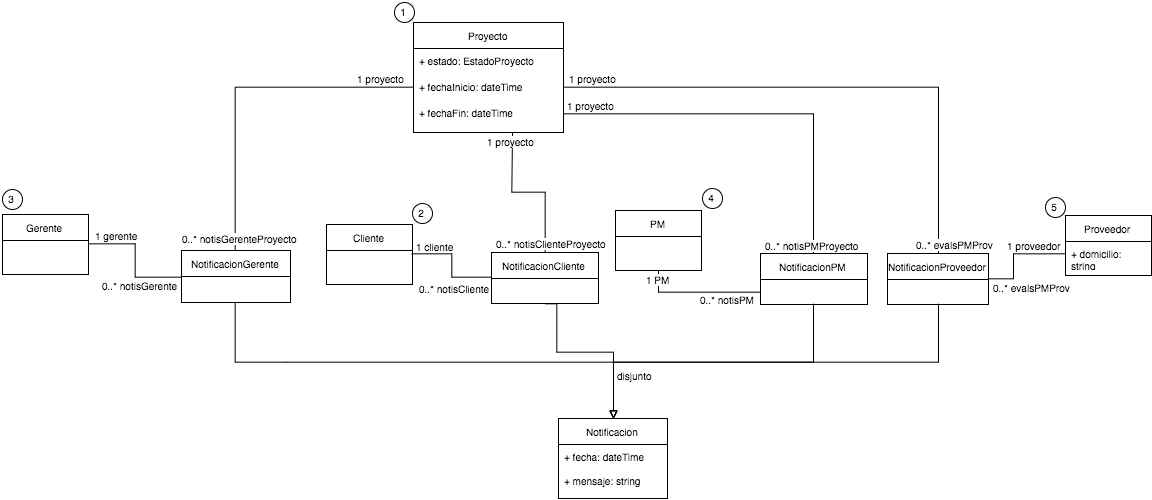
Before: latex/imagenes/ModeloConceptual3.png, a diagram exported from draw.io (FlyingPumba/tp2-inge1). Source tidied: cells renumbered, new cells last; positions are measured from the earlier drawing's top-left corner, leaving out a move shared by most shapes.
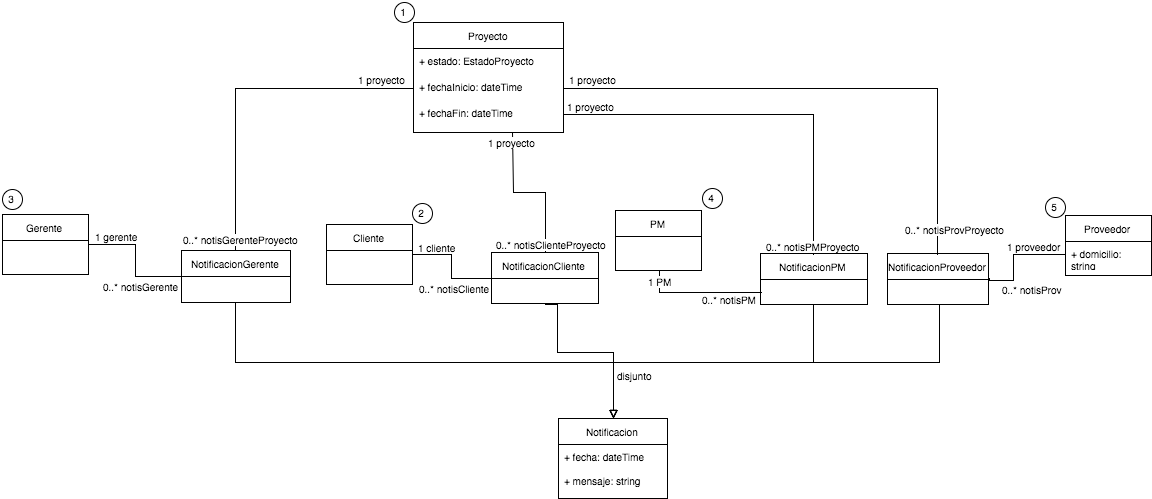
After the change.

Commit message:
Conceptual - WIP Vistas

Diff of the diagram source:
```diff
@@ -27,7 +27,7 @@
       <mxGeometry x="885" y="251" width="101" height="51" as="geometry" />
     </mxCell>
     <mxCell id="10" style="edgeStyle=orthogonalEdgeStyle;rounded=0;html=1;exitX=0.5;exitY=1;entryX=0.5;entryY=0;endArrow=block;endFill=0;jettySize=auto;fontSize=10;" parent="1" edge="1" source="2" target="4">
-      <mxGeometry x="2581.7" y="559.7" as="geometry">
+      <mxGeometry x="2582" y="560" as="geometry">
         <Array as="points">
           <mxPoint x="284" y="359" />
           <mxPoint x="568" y="359" />
@@ -35,7 +35,7 @@
       </mxGeometry>
     </mxCell>
     <mxCell id="11" style="edgeStyle=orthogonalEdgeStyle;rounded=0;html=1;exitX=0.5;exitY=1;entryX=0.5;entryY=0;endArrow=block;endFill=0;jettySize=auto;fontSize=10;" parent="1" edge="1" source="3" target="4">
-      <mxGeometry x="2891.7" y="561.3" as="geometry">
+      <mxGeometry x="2892" y="562" as="geometry">
         <Array as="points">
           <mxPoint x="554" y="350" />
           <mxPoint x="611" y="350" />
@@ -43,7 +43,7 @@
       </mxGeometry>
     </mxCell>
     <mxCell id="12" style="edgeStyle=orthogonalEdgeStyle;rounded=0;html=1;exitX=0.5;exitY=1;entryX=0.5;entryY=0;endArrow=block;endFill=0;jettySize=auto;fontSize=10;" parent="1" edge="1" source="9" target="4">
-      <mxGeometry x="2960" y="561.3" as="geometry">
+      <mxGeometry x="2960" y="562" as="geometry">
         <Array as="points">
           <mxPoint x="936" y="359" />
           <mxPoint x="611" y="359" />
@@ -56,7 +56,7 @@
       </mxGeometry>
     </mxCell>
     <mxCell id="14" value="disjunto" style="text;html=1;align=center;verticalAlign=middle;labelBackgroundColor=#ffffff;fontSize=10;" parent="1" vertex="1">
-      <mxGeometry x="631" y="371.7" as="geometry">
+      <mxGeometry x="631" y="372" as="geometry">
         <mxPoint x="22" y="-18" as="offset" />
       </mxGeometry>
     </mxCell>
@@ -100,7 +100,7 @@
       <mxGeometry x="1063" y="239" width="86" height="26" as="geometry" />
     </mxCell>
     <mxCell id="28" style="edgeStyle=orthogonalEdgeStyle;rounded=0;html=1;exitX=0.5;exitY=0;entryX=0;entryY=0.5;endArrow=none;endFill=0;jettySize=auto;fontSize=10;" parent="1" edge="1" source="2" target="20">
-      <mxGeometry x="2581.7" y="344.7" as="geometry" />
+      <mxGeometry x="2582" y="346" as="geometry" />
     </mxCell>
     <mxCell id="29" value="1 proyecto" style="text;html=1;align=center;verticalAlign=middle;labelBackgroundColor=#ffffff;fontSize=10;" parent="28" vertex="1">
       <mxGeometry x="0.72" y="-3" relative="1" as="geometry">
@@ -113,17 +113,17 @@
       </mxGeometry>
     </mxCell>
     <mxCell id="31" value="1 proyecto" style="text;html=1;align=center;verticalAlign=middle;labelBackgroundColor=#ffffff;fontSize=10;" parent="1" vertex="1">
-      <mxGeometry x="377.7" y="74.7" as="geometry">
+      <mxGeometry x="378" y="76" as="geometry">
         <mxPoint x="15" y="-13" as="offset" />
       </mxGeometry>
     </mxCell>
     <mxCell id="32" value="0..* notisGerenteProyecto" style="text;html=1;align=center;verticalAlign=middle;labelBackgroundColor=#ffffff;fontSize=10;" parent="1" vertex="1">
-      <mxGeometry x="236.7" y="235.3" as="geometry">
+      <mxGeometry x="237" y="236" as="geometry">
         <mxPoint x="1" y="14" as="offset" />
       </mxGeometry>
     </mxCell>
     <mxCell id="33" style="edgeStyle=orthogonalEdgeStyle;rounded=0;html=1;exitX=0.5;exitY=0;entryX=0.5;entryY=1;endArrow=none;endFill=0;jettySize=auto;fontSize=10;" parent="1" edge="1" source="3">
-      <mxGeometry x="2858.3" y="390" as="geometry">
+      <mxGeometry x="2859" y="390" as="geometry">
         <mxPoint x="510" y="130" as="targetPoint" />
       </mxGeometry>
     </mxCell>
@@ -138,40 +138,40 @@
       </mxGeometry>
     </mxCell>
     <mxCell id="36" value="1 proyecto" style="text;html=1;align=center;verticalAlign=middle;labelBackgroundColor=#ffffff;fontSize=10;" parent="1" vertex="1">
-      <mxGeometry x="507.9" y="138.3" as="geometry">
+      <mxGeometry x="508.2" y="139" as="geometry">
         <mxPoint y="-3" as="offset" />
       </mxGeometry>
     </mxCell>
     <mxCell id="37" value="0..* notisClienteProyecto" style="text;html=1;align=center;verticalAlign=middle;labelBackgroundColor=#ffffff;fontSize=10;" parent="1" vertex="1">
-      <mxGeometry x="547.7" y="240" as="geometry">
+      <mxGeometry x="548" y="241" as="geometry">
         <mxPoint y="-3" as="offset" />
       </mxGeometry>
     </mxCell>
     <mxCell id="38" style="edgeStyle=orthogonalEdgeStyle;rounded=0;html=1;exitX=0.5;exitY=0;entryX=1;entryY=0.5;endArrow=none;endFill=0;jettySize=auto;fontSize=10;" parent="1" edge="1" source="9" target="20">
-      <mxGeometry x="2910" y="344.7" as="geometry" />
+      <mxGeometry x="2910" y="346" as="geometry" />
     </mxCell>
     <mxCell id="39" value="1 proyecto" style="text;html=1;align=center;verticalAlign=middle;labelBackgroundColor=#ffffff;fontSize=10;" parent="38" vertex="1">
       <mxGeometry x="0.94" y="3" relative="1" as="geometry">
         <mxPoint x="12" y="-13" as="offset" />
       </mxGeometry>
     </mxCell>
-    <mxCell id="40" value="&lt;span&gt;0..* evalsPMProv&lt;/span&gt;" style="text;html=1;align=center;verticalAlign=middle;labelBackgroundColor=#ffffff;fontSize=10;" parent="38" vertex="1">
+    <mxCell id="40" value="&lt;span&gt;0..* notisProvProyecto&lt;/span&gt;" style="text;html=1;align=center;verticalAlign=middle;labelBackgroundColor=#ffffff;fontSize=10;" parent="38" vertex="1">
       <mxGeometry x="-0.93" y="-3" relative="1" as="geometry">
-        <mxPoint x="13" y="10" as="offset" />
+        <mxPoint x="13" y="-6" as="offset" />
       </mxGeometry>
     </mxCell>
     <mxCell id="41" value="1 proyecto" style="text;html=1;align=center;verticalAlign=middle;labelBackgroundColor=#ffffff;fontSize=10;" parent="1" vertex="1">
-      <mxGeometry x="589.7" y="74.7" as="geometry">
+      <mxGeometry x="589" y="76" as="geometry">
         <mxPoint x="12" y="-13" as="offset" />
       </mxGeometry>
     </mxCell>
-    <mxCell id="42" value="&lt;span&gt;0..* evalsPMProv&lt;/span&gt;" style="text;html=1;align=center;verticalAlign=middle;labelBackgroundColor=#ffffff;fontSize=10;" parent="1" vertex="1">
-      <mxGeometry x="952" y="241.3" as="geometry">
-        <mxPoint x="13" y="10" as="offset" />
+    <mxCell id="42" value="&lt;span&gt;0..* notisProvProyecto&lt;/span&gt;" style="text;html=1;align=center;verticalAlign=middle;labelBackgroundColor=#ffffff;fontSize=10;" parent="1" vertex="1">
+      <mxGeometry x="951" y="226" as="geometry">
+        <mxPoint x="13" y="-6" as="offset" />
       </mxGeometry>
     </mxCell>
     <mxCell id="43" style="edgeStyle=orthogonalEdgeStyle;rounded=0;html=1;exitX=1;exitY=0.5;entryX=0;entryY=0.5;endArrow=none;endFill=0;jettySize=auto;fontSize=10;" parent="1" edge="1" source="22" target="2">
-      <mxGeometry x="2435" y="501.3" as="geometry" />
+      <mxGeometry x="2436" y="502" as="geometry" />
     </mxCell>
     <mxCell id="44" value="1 gerente" style="text;html=1;align=center;verticalAlign=middle;labelBackgroundColor=#ffffff;fontSize=10;" parent="43" vertex="1">
       <mxGeometry x="-0.77" y="1" relative="1" as="geometry">
@@ -184,17 +184,17 @@
       </mxGeometry>
     </mxCell>
     <mxCell id="46" value="1 gerente" style="text;html=1;align=center;verticalAlign=middle;labelBackgroundColor=#ffffff;fontSize=10;" parent="1" vertex="1">
-      <mxGeometry x="113" y="232.3" as="geometry">
+      <mxGeometry x="113" y="233" as="geometry">
         <mxPoint x="12" y="-8" as="offset" />
       </mxGeometry>
     </mxCell>
     <mxCell id="47" value="0..* notisGerente" style="text;html=1;align=center;verticalAlign=middle;labelBackgroundColor=#ffffff;fontSize=10;" parent="1" vertex="1">
-      <mxGeometry x="136.7" y="282.3" as="geometry">
+      <mxGeometry x="137" y="283" as="geometry">
         <mxPoint x="7" y="21" as="offset" />
       </mxGeometry>
     </mxCell>
     <mxCell id="48" style="edgeStyle=orthogonalEdgeStyle;rounded=0;html=1;exitX=1;exitY=0.5;entryX=0;entryY=0.5;endArrow=none;endFill=0;jettySize=auto;fontSize=10;" parent="1" edge="1" source="9" target="27">
-      <mxGeometry x="3335" y="511.3" as="geometry">
+      <mxGeometry x="3336" y="512" as="geometry">
         <Array as="points">
           <mxPoint x="1011" y="277" />
           <mxPoint x="1011" y="252" />
@@ -206,23 +206,23 @@
         <mxPoint x="3" y="-8" as="offset" />
       </mxGeometry>
     </mxCell>
-    <mxCell id="50" value="0..* evalsPMProv" style="text;html=1;align=center;verticalAlign=middle;labelBackgroundColor=#ffffff;fontSize=10;" parent="48" vertex="1">
+    <mxCell id="50" value="0..* notisProv" style="text;html=1;align=center;verticalAlign=middle;labelBackgroundColor=#ffffff;fontSize=10;" parent="48" vertex="1">
       <mxGeometry x="-0.78" relative="1" as="geometry">
         <mxPoint x="31" y="8" as="offset" />
       </mxGeometry>
     </mxCell>
     <mxCell id="51" value="1 proveedor" style="text;html=1;align=center;verticalAlign=middle;labelBackgroundColor=#ffffff;fontSize=10;" parent="1" vertex="1">
-      <mxGeometry x="1030.7" y="242.3" as="geometry">
+      <mxGeometry x="1030" y="243" as="geometry">
         <mxPoint x="3" y="-8" as="offset" />
       </mxGeometry>
     </mxCell>
-    <mxCell id="52" value="0..* evalsPMProv" style="text;html=1;align=center;verticalAlign=middle;labelBackgroundColor=#ffffff;fontSize=10;" parent="1" vertex="1">
-      <mxGeometry x="1028.7" y="284.3" as="geometry">
+    <mxCell id="52" value="0..* notisProv" style="text;html=1;align=center;verticalAlign=middle;labelBackgroundColor=#ffffff;fontSize=10;" parent="1" vertex="1">
+      <mxGeometry x="1028" y="286" as="geometry">
         <mxPoint x="31" y="8" as="offset" />
       </mxGeometry>
     </mxCell>
     <mxCell id="53" style="edgeStyle=orthogonalEdgeStyle;rounded=0;html=1;exitX=1;exitY=0.5;entryX=0;entryY=0.5;endArrow=none;endFill=0;jettySize=auto;fontSize=10;" parent="1" edge="1" source="23" target="3">
-      <mxGeometry x="2758.3" y="511.3" as="geometry" />
+      <mxGeometry x="2760" y="512" as="geometry" />
     </mxCell>
     <mxCell id="54" value="1 cliente" style="text;html=1;align=center;verticalAlign=middle;labelBackgroundColor=#ffffff;fontSize=10;" parent="53" vertex="1">
       <mxGeometry x="-0.81" y="-5" relative="1" as="geometry">
@@ -235,12 +235,12 @@
       </mxGeometry>
     </mxCell>
     <mxCell id="56" value="1 cliente" style="text;html=1;align=center;verticalAlign=middle;labelBackgroundColor=#ffffff;fontSize=10;" parent="1" vertex="1">
-      <mxGeometry x="431.3" y="243.3" as="geometry">
+      <mxGeometry x="433" y="244" as="geometry">
         <mxPoint x="12" y="-13" as="offset" />
       </mxGeometry>
     </mxCell>
     <mxCell id="57" value="0..* notisCliente" style="text;html=1;align=center;verticalAlign=middle;labelBackgroundColor=#ffffff;fontSize=10;" parent="1" vertex="1">
-      <mxGeometry x="451.3" y="284.7" as="geometry">
+      <mxGeometry x="451" y="285" as="geometry">
         <mxPoint x="2" y="15" as="offset" />
       </mxGeometry>
     </mxCell>
@@ -263,10 +263,10 @@
       <mxGeometry x="758" y="251" width="107" height="51" as="geometry" />
     </mxCell>
     <mxCell id="64" style="edgeStyle=orthogonalEdgeStyle;rounded=0;html=1;exitX=0.5;exitY=1;entryX=0.5;entryY=0;endArrow=block;endFill=0;jettySize=auto;fontSize=10;" parent="1" edge="1" source="63" target="4">
-      <mxGeometry x="2960" y="561.3" as="geometry" />
+      <mxGeometry x="2960" y="562" as="geometry" />
     </mxCell>
     <mxCell id="65" style="edgeStyle=orthogonalEdgeStyle;rounded=0;html=1;exitX=0;exitY=0.75;entryX=0.5;entryY=1;endArrow=none;endFill=0;jettySize=auto;fontSize=10;" parent="1" edge="1" source="63" target="24">
-      <mxGeometry x="3005" y="528" as="geometry" />
+      <mxGeometry x="3006" y="528" as="geometry" />
     </mxCell>
     <mxCell id="66" value="1 PM" style="text;html=1;align=center;verticalAlign=middle;labelBackgroundColor=#ffffff;fontSize=10;" parent="65" vertex="1">
       <mxGeometry x="0.85" y="1" relative="1" as="geometry" />
@@ -277,15 +277,15 @@
       </mxGeometry>
     </mxCell>
     <mxCell id="68" value="1 PM" style="text;html=1;align=center;verticalAlign=middle;labelBackgroundColor=#ffffff;fontSize=10;" parent="1" vertex="1">
-      <mxGeometry x="655" y="276.3" as="geometry" />
+      <mxGeometry x="656" y="278" as="geometry" />
     </mxCell>
     <mxCell id="69" value="0..* notisPM" style="text;html=1;align=center;verticalAlign=middle;labelBackgroundColor=#ffffff;fontSize=10;" parent="1" vertex="1">
-      <mxGeometry x="724.3" y="295.7" as="geometry">
+      <mxGeometry x="726" y="296" as="geometry">
         <mxPoint x="15" as="offset" />
       </mxGeometry>
     </mxCell>
     <mxCell id="70" style="edgeStyle=orthogonalEdgeStyle;rounded=0;html=1;exitX=0.5;exitY=0;entryX=1;entryY=0.5;endArrow=none;endFill=0;jettySize=auto;fontSize=10;" parent="1" edge="1" source="63" target="21">
-      <mxGeometry x="2910" y="371.3" as="geometry" />
+      <mxGeometry x="2910" y="372" as="geometry" />
     </mxCell>
     <mxCell id="71" value="1 proyecto" style="text;html=1;align=center;verticalAlign=middle;labelBackgroundColor=#ffffff;fontSize=10;" parent="70" vertex="1">
       <mxGeometry x="0.95" y="2" relative="1" as="geometry">
@@ -298,12 +298,12 @@
       </mxGeometry>
     </mxCell>
     <mxCell id="73" value="1 proyecto" style="text;html=1;align=center;verticalAlign=middle;labelBackgroundColor=#ffffff;fontSize=10;" parent="1" vertex="1">
-      <mxGeometry x="587.3" y="102.3" as="geometry">
+      <mxGeometry x="587" y="103" as="geometry">
         <mxPoint x="18" y="-11" as="offset" />
       </mxGeometry>
     </mxCell>
     <mxCell id="74" value="0..* notisPMProyecto" style="text;html=1;align=center;verticalAlign=middle;labelBackgroundColor=#ffffff;fontSize=10;" parent="1" vertex="1">
-      <mxGeometry x="809" y="241.7" as="geometry">
+      <mxGeometry x="809" y="243" as="geometry">
         <mxPoint y="7" as="offset" />
       </mxGeometry>
     </mxCell>
```
